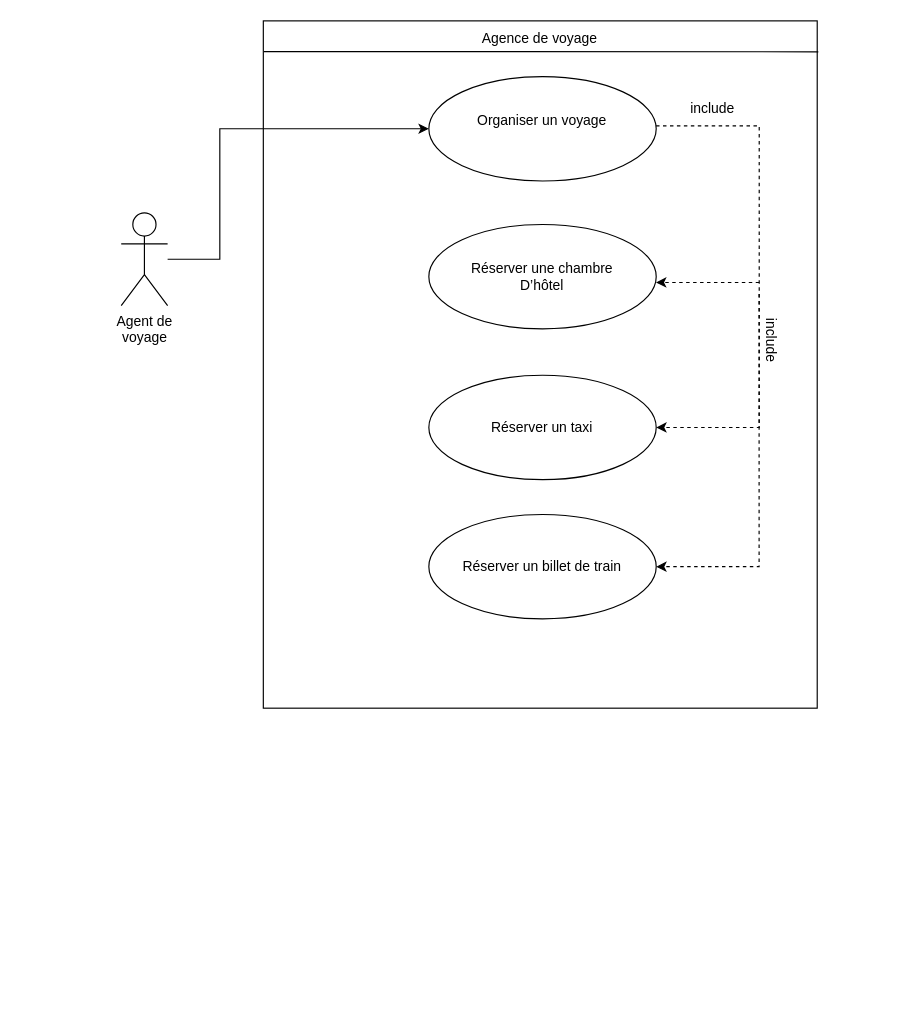
Before: Untitled Diagram.drawio in said11707/Diagramme-UML-, a draw.io diagram. Source tidied: cells renumbered, new cells numbered last; positions are measured from the earlier drawing's top-left corner, leaving out a move shared by most shapes. Both pictures are drawn from the tidied source at 116%, with x=0, y=0 at pixel (121, 27).
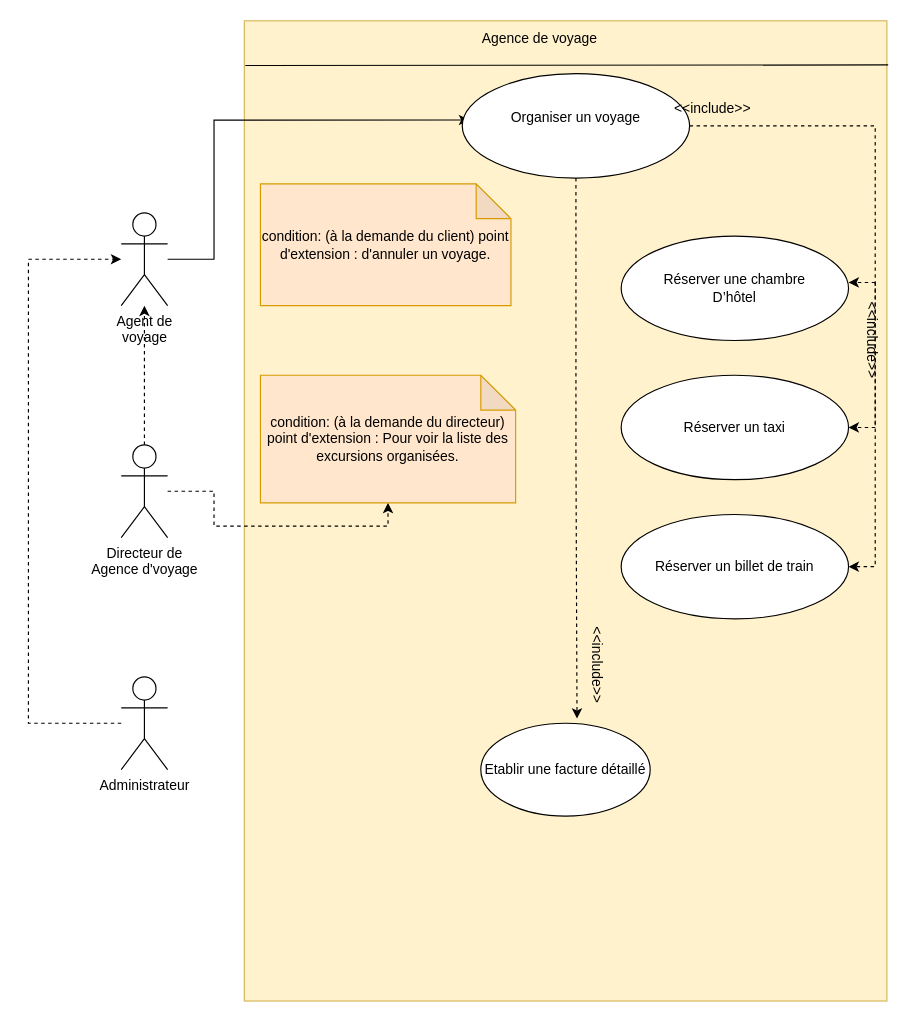
Above is the later version.

The change refers to these unchanged cells:
```xml
<mxCell id="4" value="&lt;div&gt;Agent de &lt;br&gt;&lt;/div&gt;&lt;div&gt;voyage&lt;br&gt;&lt;/div&gt;" style="shape=umlActor;verticalLabelPosition=bottom;verticalAlign=top;html=1;outlineConnect=0;" parent="1" vertex="1">
  <mxGeometry y="160" width="40" height="80" as="geometry" />
</mxCell>
```

The edit, as a diff of the source:
```diff
@@
-    <mxCell id="2" style="rounded=0;whiteSpace=wrap;html=1;rotation=90;" parent="1" vertex="1">
-      <mxGeometry x="65" y="52" width="592.5" height="477.5" as="geometry" />
+    <mxCell id="2" style="rounded=0;whiteSpace=wrap;html=1;rotation=90;fillColor=#fff2cc;strokeColor=#d6b656;" parent="1" vertex="1">
+      <mxGeometry x="-39.4" y="140" width="845" height="553.9" as="geometry" />
     </mxCell>
-    <mxCell id="3" style="edgeStyle=orthogonalEdgeStyle;rounded=0;jettySize=auto;html=1;entryX=0;entryY=0.5;entryDx=0;entryDy=0;" parent="1" edge="1" source="4" target="8">
+    <mxCell id="3" style="edgeStyle=orthogonalEdgeStyle;rounded=0;jettySize=auto;html=1;entryX=0.031;entryY=0.444;entryDx=0;entryDy=0;entryPerimeter=0;" parent="1" edge="1" source="4" target="8">
       <mxGeometry relative="1" as="geometry">
         <Array as="points">
-          <mxPoint x="85" y="200" />
-          <mxPoint x="85" y="88" />
+          <mxPoint x="80" y="200" />
+          <mxPoint x="80" y="80" />
         </Array>
       </mxGeometry>
     </mxCell>
@@
     <mxCell id="5" value="&lt;div&gt;Réserver une chambre&lt;/div&gt;&lt;div&gt;D’hôtel &lt;br&gt;&lt;/div&gt;" style="ellipse;whiteSpace=wrap;html=1;" parent="1" vertex="1">
-      <mxGeometry x="265.2" y="170" width="196" height="90" as="geometry" />
+      <mxGeometry x="431" y="180" width="196" height="90" as="geometry" />
     </mxCell>
     <mxCell id="6" value="Réserver un billet de train" style="ellipse;whiteSpace=wrap;html=1;" parent="1" vertex="1">
-      <mxGeometry x="265.2" y="420" width="196" height="90" as="geometry" />
+      <mxGeometry x="431" y="420" width="196" height="90" as="geometry" />
     </mxCell>
     <mxCell id="7" value="Réserver un taxi" style="ellipse;whiteSpace=wrap;html=1;" parent="1" vertex="1">
-      <mxGeometry x="265.2" y="300" width="196" height="90" as="geometry" />
+      <mxGeometry x="431" y="300" width="196" height="90" as="geometry" />
     </mxCell>
+    <mxCell id="16" style="edgeStyle=orthogonalEdgeStyle;rounded=0;jettySize=auto;html=1;entryX=0.568;entryY=-0.05;entryDx=0;entryDy=0;entryPerimeter=0;dashed=1;" parent="1" edge="1" source="8" target="24">
+      <mxGeometry relative="1" as="geometry" />
+    </mxCell>
     <mxCell id="8" value="&lt;div&gt;Organiser un voyage&lt;/div&gt;&lt;div&gt;&lt;br&gt;&lt;/div&gt;" style="ellipse;whiteSpace=wrap;html=1;" parent="1" vertex="1">
-      <mxGeometry x="265.2" y="42.5" width="196" height="90" as="geometry" />
+      <mxGeometry x="294" y="40" width="196" height="90" as="geometry" />
     </mxCell>
@@
     <mxCell id="10" style="edgeStyle=orthogonalEdgeStyle;rounded=0;jettySize=auto;html=1;entryX=1;entryY=0.5;entryDx=0;entryDy=0;dashed=1;" parent="1" edge="1" source="8" target="7">
       <mxGeometry relative="1" as="geometry">
         <Array as="points">
-          <mxPoint x="550" y="85" />
-          <mxPoint x="550" y="345" />
+          <mxPoint x="650" y="85" />
+          <mxPoint x="650" y="345" />
         </Array>
       </mxGeometry>
     </mxCell>
     <mxCell id="11" style="edgeStyle=orthogonalEdgeStyle;rounded=0;jettySize=auto;html=1;entryX=1;entryY=0.5;entryDx=0;entryDy=0;dashed=1;" parent="1" edge="1" target="6">
       <mxGeometry relative="1" as="geometry">
-        <mxPoint x="549.9" y="230" as="sourcePoint" />
+        <mxPoint x="650" y="220" as="sourcePoint" />
         <Array as="points">
-          <mxPoint x="550" y="465" />
+          <mxPoint x="650" y="220" />
+          <mxPoint x="650" y="465" />
         </Array>
       </mxGeometry>
     </mxCell>
     <mxCell id="12" style="endArrow=classic;html=1;dashed=1;" parent="1" edge="1">
       <mxGeometry relative="1" as="geometry">
-        <mxPoint x="550" y="220" as="sourcePoint" />
-        <mxPoint x="461" y="220" as="targetPoint" />
+        <mxPoint x="650" y="220" as="sourcePoint" />
+        <mxPoint x="627" y="220" as="targetPoint" />
       </mxGeometry>
     </mxCell>
     <mxCell id="13" style="endArrow=none;html=1;entryX=0.045;entryY=-0.002;entryDx=0;entryDy=0;entryPerimeter=0;" parent="1" edge="1" target="2">
       <mxGeometry relative="1" as="geometry">
-        <mxPoint x="123" y="21" as="sourcePoint" />
+        <mxPoint x="107" y="33" as="sourcePoint" />
       </mxGeometry>
     </mxCell>
-    <mxCell id="14" value="include" style="text;html=1;strokeColor=none;fillColor=none;align=center;verticalAlign=middle;whiteSpace=wrap;rounded=0;rotation=0;" parent="1" vertex="1">
+    <mxCell id="14" value="&amp;lt;&amp;lt;include&amp;gt;&amp;gt;" style="text;html=1;strokeColor=none;fillColor=none;align=center;verticalAlign=middle;whiteSpace=wrap;rounded=0;rotation=0;" parent="1" vertex="1">
       <mxGeometry x="490" y="60" width="40" height="20" as="geometry" />
     </mxCell>
-    <mxCell id="15" value="include" style="text;html=1;strokeColor=none;fillColor=none;align=center;verticalAlign=middle;whiteSpace=wrap;rounded=0;rotation=90;" parent="1" vertex="1">
-      <mxGeometry x="540" y="260" width="40" height="20" as="geometry" />
+    <mxCell id="15" value="&amp;lt;&amp;lt;include&amp;gt;&amp;gt;" style="text;html=1;strokeColor=none;fillColor=none;align=center;verticalAlign=middle;whiteSpace=wrap;rounded=0;rotation=90;" parent="1" vertex="1">
+      <mxGeometry x="627" y="260" width="40" height="20" as="geometry" />
     </mxCell>
+    <mxCell id="17" style="edgeStyle=orthogonalEdgeStyle;rounded=0;jettySize=auto;html=1;dashed=1;" parent="1" edge="1" source="19" target="4">
+      <mxGeometry relative="1" as="geometry" />
+    </mxCell>
+    <mxCell id="18" style="edgeStyle=orthogonalEdgeStyle;rounded=0;jettySize=auto;html=1;entryX=0.5;entryY=1;entryDx=0;entryDy=0;entryPerimeter=0;dashed=1;" parent="1" edge="1" source="19" target="22">
+      <mxGeometry relative="1" as="geometry" />
+    </mxCell>
+    <mxCell id="19" value="&lt;div&gt;Directeur de &lt;br&gt;&lt;/div&gt;&lt;div&gt;Agence d'voyage&lt;br&gt;&lt;/div&gt;" style="shape=umlActor;verticalLabelPosition=bottom;verticalAlign=top;html=1;outlineConnect=0;" parent="1" vertex="1">
+      <mxGeometry y="360" width="40" height="80" as="geometry" />
+    </mxCell>
+    <mxCell id="20" style="edgeStyle=orthogonalEdgeStyle;rounded=0;jettySize=auto;html=1;dashed=1;" parent="1" edge="1" source="21" target="4">
+      <mxGeometry relative="1" as="geometry">
+        <Array as="points">
+          <mxPoint x="-80" y="600" />
+          <mxPoint x="-80" y="200" />
+        </Array>
+      </mxGeometry>
+    </mxCell>
+    <mxCell id="21" value="&lt;div&gt;Administrateur&lt;br&gt;&lt;/div&gt;" style="shape=umlActor;verticalLabelPosition=bottom;verticalAlign=top;html=1;outlineConnect=0;" parent="1" vertex="1">
+      <mxGeometry y="560" width="40" height="80" as="geometry" />
+    </mxCell>
+    <mxCell id="22" value="condition: (à la demande du directeur) point d'extension : Pour voir la liste des excursions organisées." style="shape=note;whiteSpace=wrap;html=1;backgroundOutline=1;darkOpacity=0.05;fillColor=#ffe6cc;strokeColor=#d79b00;" parent="1" vertex="1">
+      <mxGeometry x="120" y="300" width="220" height="110" as="geometry" />
+    </mxCell>
+    <mxCell id="23" value="condition: (à la demande du client) point d'extension : d'annuler un voyage." style="shape=note;whiteSpace=wrap;html=1;backgroundOutline=1;darkOpacity=0.05;fillColor=#ffe6cc;strokeColor=#d79b00;" parent="1" vertex="1">
+      <mxGeometry x="120" y="135" width="216" height="105" as="geometry" />
+    </mxCell>
+    <mxCell id="24" value="Etablir une facture détaillé" style="ellipse;whiteSpace=wrap;html=1;" parent="1" vertex="1">
+      <mxGeometry x="310" y="600" width="146" height="80" as="geometry" />
+    </mxCell>
+    <mxCell id="25" value="&amp;lt;&amp;lt;include&amp;gt;&amp;gt;" style="text;html=1;strokeColor=none;fillColor=none;align=center;verticalAlign=middle;whiteSpace=wrap;rounded=0;rotation=90;" parent="1" vertex="1">
+      <mxGeometry x="390" y="540" width="40" height="20" as="geometry" />
+    </mxCell>
```
